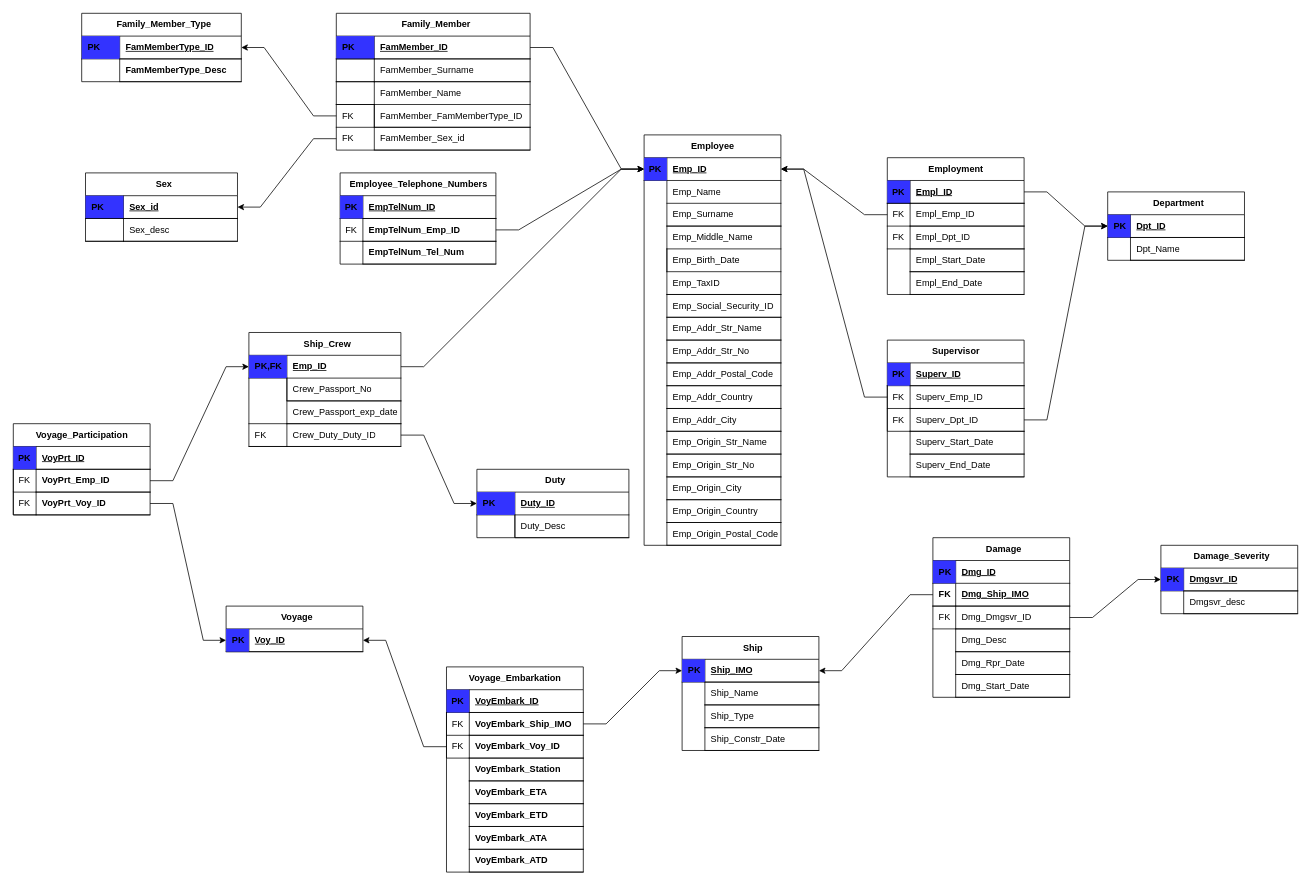
Above: C@rgoNautica_ΣΧΕΣΙΑΚΟ.drawio in Blackthorn00/ShippingCompany-DatabaseMySQL (draw.io), before the change. Source tidied: cells renumbered, new cells numbered last; positions are measured from the earlier drawing's top-left corner, leaving out a move shared by most shapes. Both pictures are drawn from the tidied source at 76%, with x=0, y=0 at pixel (13, 13).
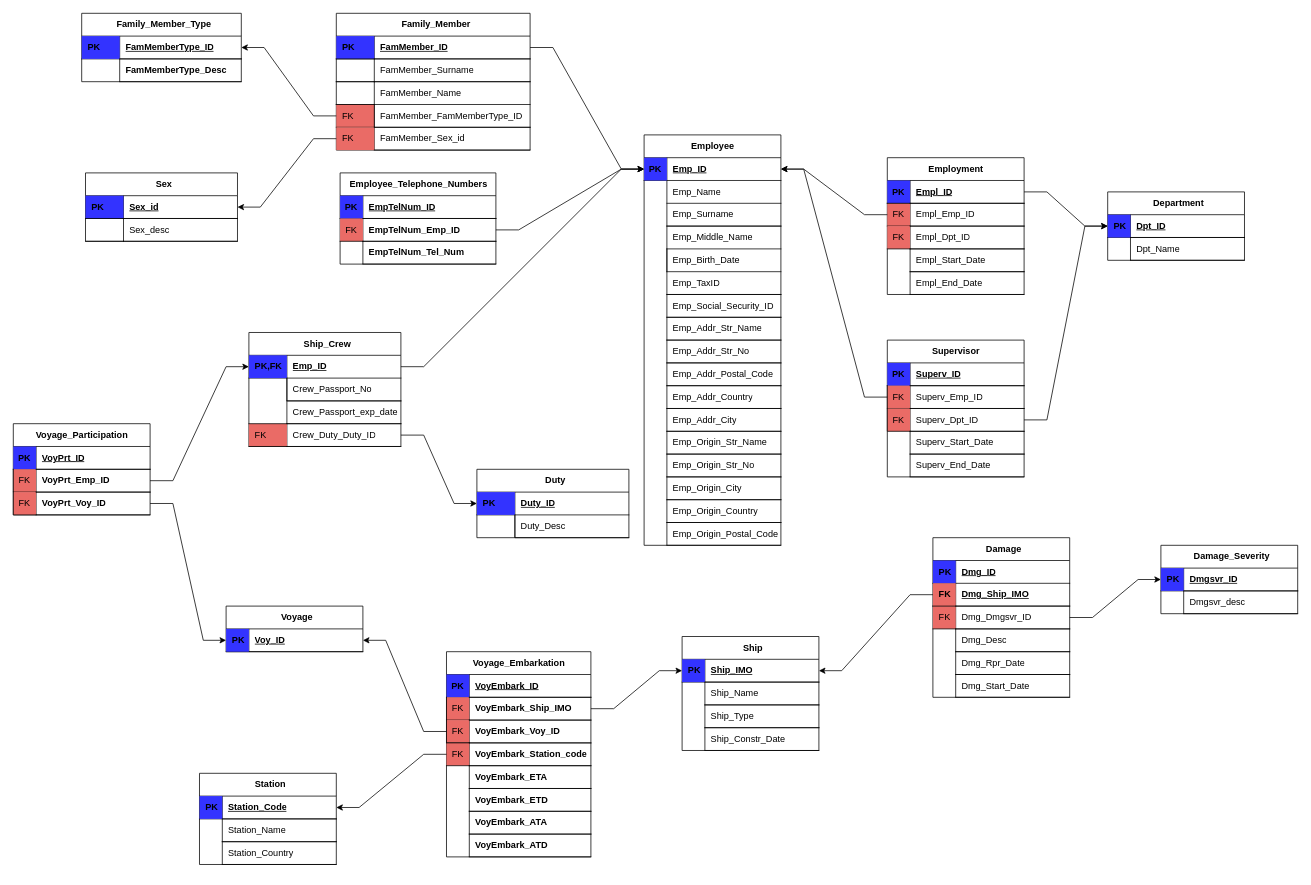
The same diagram, later.

Commit message (it also covers changes not shown here):
Update in relationship model tables

The change refers to these unchanged cells:
```xml
<mxCell id="71" style="shape=tableRow;horizontal=0;startSize=0;swimlaneHead=0;swimlaneBody=0;fillColor=none;points=[[0,0.5],[1,0.5]];portConstraint=eastwest;top=0;left=0;right=0;bottom=0;strokeColor=default;align=left;verticalAlign=middle;spacingLeft=6;fontFamily=Helvetica;fontSize=12;fontColor=default;" parent="61" vertex="1">
  <mxGeometry y="120" width="200" height="30" as="geometry" />
</mxCell>
<mxCell id="95" style="shape=tableRow;horizontal=0;startSize=0;swimlaneHead=0;swimlaneBody=0;fillColor=none;points=[[0,0.5],[1,0.5]];portConstraint=eastwest;top=0;left=0;right=0;bottom=1;strokeColor=default;align=left;verticalAlign=middle;spacingLeft=6;fontFamily=Helvetica;fontSize=12;fontColor=default;" parent="91" vertex="1">
  <mxGeometry y="60" width="180" height="30" as="geometry" />
</mxCell>
<mxCell id="98" style="shape=tableRow;horizontal=0;startSize=0;swimlaneHead=0;swimlaneBody=0;fillColor=none;points=[[0,0.5],[1,0.5]];portConstraint=eastwest;top=0;left=0;right=0;bottom=0;strokeColor=default;align=left;verticalAlign=middle;spacingLeft=6;fontFamily=Helvetica;fontSize=12;fontColor=default;" parent="91" vertex="1">
  <mxGeometry y="90" width="180" height="30" as="geometry" />
</mxCell>
<mxCell id="120" style="shape=tableRow;horizontal=0;startSize=0;swimlaneHead=0;swimlaneBody=0;fillColor=none;points=[[0,0.5],[1,0.5]];portConstraint=eastwest;top=0;left=0;right=0;bottom=0;strokeColor=default;align=left;verticalAlign=middle;spacingLeft=6;fontFamily=Helvetica;fontSize=12;fontColor=default;" parent="110" vertex="1">
  <mxGeometry y="120" width="255" height="30" as="geometry" />
</mxCell>
<mxCell id="123" style="shape=tableRow;horizontal=0;startSize=0;swimlaneHead=0;swimlaneBody=0;fillColor=none;points=[[0,0.5],[1,0.5]];portConstraint=eastwest;top=0;left=0;right=0;bottom=0;strokeColor=default;align=left;verticalAlign=middle;spacingLeft=6;fontFamily=Helvetica;fontSize=12;fontColor=default;" parent="110" vertex="1">
  <mxGeometry y="150" width="255" height="30" as="geometry" />
</mxCell>
<mxCell id="131" style="shape=tableRow;horizontal=0;startSize=0;swimlaneHead=0;swimlaneBody=0;fillColor=none;points=[[0,0.5],[1,0.5]];portConstraint=eastwest;top=0;left=0;right=0;bottom=0;" parent="127" vertex="1">
  <mxGeometry y="60" width="180" height="30" as="geometry" />
</mxCell>
<mxCell id="134" style="shape=tableRow;horizontal=0;startSize=0;swimlaneHead=0;swimlaneBody=0;fillColor=none;top=0;left=0;right=0;bottom=0;" parent="127" vertex="1">
  <mxGeometry y="90" width="180" height="30" as="geometry" />
</mxCell>
<mxCell id="149" style="shape=tableRow;horizontal=0;startSize=0;swimlaneHead=0;swimlaneBody=0;fillColor=none;points=[[0,0.5],[1,0.5]];portConstraint=eastwest;top=0;left=0;right=0;bottom=0;" parent="145" vertex="1">
  <mxGeometry y="60" width="180" height="30" as="geometry" />
</mxCell>
<mxCell id="152" style="shape=tableRow;horizontal=0;startSize=0;swimlaneHead=0;swimlaneBody=0;fillColor=none;points=[[0,0.5],[1,0.5]];portConstraint=eastwest;top=0;left=0;right=0;bottom=0;" parent="145" vertex="1">
  <mxGeometry y="90" width="180" height="30" as="geometry" />
</mxCell>
<mxCell id="202" style="shape=tableRow;horizontal=0;startSize=0;swimlaneHead=0;swimlaneBody=0;fillColor=none;points=[[0,0.5],[1,0.5]];portConstraint=eastwest;top=0;left=0;right=0;bottom=0;" parent="198" vertex="1">
  <mxGeometry y="60" width="180" height="30" as="geometry" />
</mxCell>
<mxCell id="205" style="shape=tableRow;horizontal=0;startSize=0;swimlaneHead=0;swimlaneBody=0;fillColor=none;points=[[0,0.5],[1,0.5]];portConstraint=eastwest;top=0;left=0;right=0;bottom=0;" parent="198" vertex="1">
  <mxGeometry y="90" width="180" height="30" as="geometry" />
</mxCell>
<mxCell id="215" style="shape=tableRow;horizontal=0;startSize=0;swimlaneHead=0;swimlaneBody=0;fillColor=none;points=[[0,0.5],[1,0.5]];portConstraint=eastwest;top=0;left=0;right=0;bottom=0;" parent="211" vertex="1">
  <mxGeometry y="60" width="205" height="30" as="geometry" />
</mxCell>
```

What changed in the source:
```diff
@@
-    <mxCell id="72" value="FK" style="shape=partialRectangle;fillColor=none;top=1;left=0;bottom=1;right=0;overflow=hidden;whiteSpace=wrap;html=1;strokeColor=default;align=left;verticalAlign=middle;spacingLeft=6;fontFamily=Helvetica;fontSize=12;fontColor=default;" parent="71" vertex="1">
+    <mxCell id="72" value="FK" style="shape=partialRectangle;fillColor=#EA6B66;top=1;left=0;bottom=1;right=0;overflow=hidden;whiteSpace=wrap;html=1;strokeColor=default;align=left;verticalAlign=middle;spacingLeft=6;fontFamily=Helvetica;fontSize=12;fontColor=default;" parent="71" vertex="1">
       <mxGeometry width="50" height="30" as="geometry" />
     </mxCell>
@@
-    <mxCell id="96" value="FK" style="shape=partialRectangle;fillColor=none;top=0;left=0;bottom=0;right=0;fontStyle=1;overflow=hidden;whiteSpace=wrap;html=1;strokeColor=default;align=left;verticalAlign=middle;spacingLeft=6;fontFamily=Helvetica;fontSize=12;fontColor=default;" parent="95" vertex="1">
+    <mxCell id="96" value="FK" style="shape=partialRectangle;fillColor=#EA6B66;top=0;left=0;bottom=0;right=0;fontStyle=1;overflow=hidden;whiteSpace=wrap;html=1;strokeColor=default;align=left;verticalAlign=middle;spacingLeft=6;fontFamily=Helvetica;fontSize=12;fontColor=default;" parent="95" vertex="1">
       <mxGeometry width="30" height="30" as="geometry" />
     </mxCell>
@@
-    <mxCell id="99" value="FK" style="shape=partialRectangle;fillColor=none;top=1;left=0;bottom=1;right=0;overflow=hidden;whiteSpace=wrap;html=1;strokeColor=default;align=left;verticalAlign=middle;spacingLeft=6;fontFamily=Helvetica;fontSize=12;fontColor=default;" parent="98" vertex="1">
+    <mxCell id="99" value="FK" style="shape=partialRectangle;fillColor=#EA6B66;top=1;left=0;bottom=1;right=0;overflow=hidden;whiteSpace=wrap;html=1;strokeColor=default;align=left;verticalAlign=middle;spacingLeft=6;fontFamily=Helvetica;fontSize=12;fontColor=default;" parent="98" vertex="1">
       <mxGeometry width="30" height="30" as="geometry" />
     </mxCell>
@@
-    <mxCell id="121" value="FK" style="shape=partialRectangle;fillColor=none;top=1;left=0;bottom=1;right=0;overflow=hidden;whiteSpace=wrap;html=1;strokeColor=default;align=left;verticalAlign=middle;spacingLeft=6;fontFamily=Helvetica;fontSize=12;fontColor=default;" parent="120" vertex="1">
+    <mxCell id="121" value="FK" style="shape=partialRectangle;fillColor=#EA6B66;top=1;left=0;bottom=1;right=0;overflow=hidden;whiteSpace=wrap;html=1;strokeColor=default;align=left;verticalAlign=middle;spacingLeft=6;fontFamily=Helvetica;fontSize=12;fontColor=default;" parent="120" vertex="1">
       <mxGeometry width="50" height="30" as="geometry" />
     </mxCell>
@@
-    <mxCell id="124" value="FK" style="shape=partialRectangle;fillColor=none;top=0;left=0;bottom=0;right=0;overflow=hidden;whiteSpace=wrap;html=1;strokeColor=default;align=left;verticalAlign=middle;spacingLeft=6;fontFamily=Helvetica;fontSize=12;fontColor=default;" parent="123" vertex="1">
+    <mxCell id="124" value="FK" style="shape=partialRectangle;fillColor=#EA6B66;top=0;left=0;bottom=0;right=0;overflow=hidden;whiteSpace=wrap;html=1;strokeColor=default;align=left;verticalAlign=middle;spacingLeft=6;fontFamily=Helvetica;fontSize=12;fontColor=default;" parent="123" vertex="1">
       <mxGeometry width="50" height="30" as="geometry" />
     </mxCell>
@@
-    <mxCell id="132" value="FK" style="shape=partialRectangle;fillColor=none;top=1;left=0;bottom=1;right=0;overflow=hidden;whiteSpace=wrap;html=1;" parent="131" vertex="1">
+    <mxCell id="132" value="FK" style="shape=partialRectangle;fillColor=#EA6B66;top=1;left=0;bottom=1;right=0;overflow=hidden;whiteSpace=wrap;html=1;" parent="131" vertex="1">
       <mxGeometry width="30" height="30" as="geometry" />
     </mxCell>
@@
-    <mxCell id="135" value="FK" style="shape=partialRectangle;fillColor=none;top=0;left=0;bottom=1;right=0;overflow=hidden;whiteSpace=wrap;html=1;" parent="134" vertex="1">
+    <mxCell id="135" value="FK" style="shape=partialRectangle;fillColor=#EA6B66;top=0;left=0;bottom=1;right=0;overflow=hidden;whiteSpace=wrap;html=1;" parent="134" vertex="1">
       <mxGeometry width="30" height="30" as="geometry" />
     </mxCell>
@@
-    <mxCell id="150" value="FK" style="shape=partialRectangle;fillColor=none;top=0;left=1;bottom=1;right=0;overflow=hidden;whiteSpace=wrap;html=1;" parent="149" vertex="1">
+    <mxCell id="150" value="FK" style="shape=partialRectangle;fillColor=#EA6B66;top=0;left=1;bottom=1;right=0;overflow=hidden;whiteSpace=wrap;html=1;" parent="149" vertex="1">
       <mxGeometry width="30" height="30" as="geometry" />
     </mxCell>
@@
-    <mxCell id="153" value="FK" style="shape=partialRectangle;fillColor=none;top=0;left=1;bottom=1;right=0;overflow=hidden;whiteSpace=wrap;html=1;" parent="152" vertex="1">
+    <mxCell id="153" value="FK" style="shape=partialRectangle;fillColor=#EA6B66;top=0;left=1;bottom=1;right=0;overflow=hidden;whiteSpace=wrap;html=1;" parent="152" vertex="1">
       <mxGeometry width="30" height="30" as="geometry" />
     </mxCell>
@@
     <mxCell id="163" value="Voyage_Embarkation" style="shape=table;startSize=30;childLayout=tableLayout;rowLines=0;fontStyle=1;align=center;html=1;" parent="1" vertex="1">
-      <mxGeometry x="570" y="860" width="180" height="270" as="geometry" />
+      <mxGeometry x="570" y="840" width="190" height="270" as="geometry" />
     </mxCell>
     <mxCell id="164" style="shape=tableRow;horizontal=0;startSize=0;swimlaneHead=0;swimlaneBody=0;fillColor=none;top=0;left=0;right=0;bottom=1;" parent="163" vertex="1">
-      <mxGeometry y="30" width="180" height="30" as="geometry" />
+      <mxGeometry y="30" width="190" height="30" as="geometry" />
     </mxCell>
@@
     <mxCell id="166" value="VoyEmbark_ID" style="shape=partialRectangle;fillColor=none;top=0;left=0;bottom=0;right=0;align=left;spacingLeft=6;fontStyle=5;overflow=hidden;whiteSpace=wrap;html=1;" parent="164" vertex="1">
-      <mxGeometry x="30" width="150" height="30" as="geometry" />
+      <mxGeometry x="30" width="160" height="30" as="geometry" />
     </mxCell>
     <mxCell id="167" style="shape=tableRow;horizontal=0;startSize=0;swimlaneHead=0;swimlaneBody=0;fillColor=none;points=[[0,0.5],[1,0.5]];portConstraint=eastwest;top=0;left=0;right=0;bottom=0;" parent="163" vertex="1">
-      <mxGeometry y="60" width="180" height="30" as="geometry" />
+      <mxGeometry y="60" width="190" height="30" as="geometry" />
     </mxCell>
-    <mxCell id="168" value="FK" style="shape=partialRectangle;fillColor=none;top=0;left=1;bottom=1;right=0;overflow=hidden;whiteSpace=wrap;html=1;" parent="167" vertex="1">
+    <mxCell id="168" value="FK" style="shape=partialRectangle;fillColor=#EA6B66;top=0;left=1;bottom=1;right=0;overflow=hidden;whiteSpace=wrap;html=1;" parent="167" vertex="1">
       <mxGeometry width="30" height="30" as="geometry" />
     </mxCell>
     <mxCell id="169" value="&lt;span style=&quot;font-weight: 700;&quot;&gt;VoyEmbark_Ship_IMO&lt;/span&gt;" style="shape=partialRectangle;fillColor=none;top=1;left=0;bottom=1;right=0;align=left;spacingLeft=6;overflow=hidden;whiteSpace=wrap;html=1;" parent="167" vertex="1">
-      <mxGeometry x="30" width="150" height="30" as="geometry" />
+      <mxGeometry x="30" width="160" height="30" as="geometry" />
     </mxCell>
     <mxCell id="170" style="shape=tableRow;horizontal=0;startSize=0;swimlaneHead=0;swimlaneBody=0;fillColor=none;points=[[0,0.5],[1,0.5]];portConstraint=eastwest;top=0;left=0;right=0;bottom=0;" parent="163" vertex="1">
-      <mxGeometry y="90" width="180" height="30" as="geometry" />
+      <mxGeometry y="90" width="190" height="30" as="geometry" />
     </mxCell>
-    <mxCell id="171" value="FK" style="shape=partialRectangle;fillColor=none;top=0;left=1;bottom=1;right=0;overflow=hidden;whiteSpace=wrap;html=1;" parent="170" vertex="1">
+    <mxCell id="171" value="FK" style="shape=partialRectangle;fillColor=#EA6B66;top=0;left=1;bottom=1;right=0;overflow=hidden;whiteSpace=wrap;html=1;" parent="170" vertex="1">
       <mxGeometry width="30" height="30" as="geometry" />
     </mxCell>
     <mxCell id="172" value="&lt;span style=&quot;font-weight: 700;&quot;&gt;VoyEmbark_Voy_ID&lt;/span&gt;" style="shape=partialRectangle;fillColor=none;top=1;left=0;bottom=1;right=0;align=left;spacingLeft=6;overflow=hidden;whiteSpace=wrap;html=1;" parent="170" vertex="1">
-      <mxGeometry x="30" width="150" height="30" as="geometry" />
+      <mxGeometry x="30" width="160" height="30" as="geometry" />
     </mxCell>
     <mxCell id="173" style="shape=tableRow;horizontal=0;startSize=0;swimlaneHead=0;swimlaneBody=0;fillColor=none;points=[[0,0.5],[1,0.5]];portConstraint=eastwest;top=0;left=0;right=0;bottom=0;" parent="163" vertex="1">
-      <mxGeometry y="120" width="180" height="30" as="geometry" />
+      <mxGeometry y="120" width="190" height="30" as="geometry" />
     </mxCell>
-    <mxCell id="174" style="shape=partialRectangle;fillColor=none;top=0;left=0;bottom=0;right=0;overflow=hidden;whiteSpace=wrap;html=1;" parent="173" vertex="1">
+    <mxCell id="174" value="FK" style="shape=partialRectangle;fillColor=#EA6B66;top=1;left=0;bottom=1;right=0;overflow=hidden;whiteSpace=wrap;html=1;" parent="173" vertex="1">
       <mxGeometry width="30" height="30" as="geometry" />
     </mxCell>
-    <mxCell id="175" value="&lt;span style=&quot;font-weight: 700;&quot;&gt;VoyEmbark_Station&lt;/span&gt;" style="shape=partialRectangle;fillColor=none;top=1;left=0;bottom=1;right=0;align=left;spacingLeft=6;overflow=hidden;whiteSpace=wrap;html=1;" parent="173" vertex="1">
-      <mxGeometry x="30" width="150" height="30" as="geometry" />
+    <mxCell id="175" value="&lt;span style=&quot;font-weight: 700;&quot;&gt;VoyEmbark_Station_code&lt;/span&gt;" style="shape=partialRectangle;fillColor=none;top=1;left=0;bottom=1;right=0;align=left;spacingLeft=6;overflow=hidden;whiteSpace=wrap;html=1;" parent="173" vertex="1">
+      <mxGeometry x="30" width="160" height="30" as="geometry" />
     </mxCell>
     <mxCell id="176" style="shape=tableRow;horizontal=0;startSize=0;swimlaneHead=0;swimlaneBody=0;fillColor=none;top=0;left=0;right=0;bottom=0;" parent="163" vertex="1">
-      <mxGeometry y="150" width="180" height="30" as="geometry" />
+      <mxGeometry y="150" width="190" height="30" as="geometry" />
     </mxCell>
@@
     <mxCell id="178" value="&lt;span style=&quot;font-weight: 700;&quot;&gt;VoyEmbark_ETA&lt;/span&gt;" style="shape=partialRectangle;fillColor=none;top=1;left=0;bottom=1;right=0;align=left;spacingLeft=6;overflow=hidden;whiteSpace=wrap;html=1;" parent="176" vertex="1">
-      <mxGeometry x="30" width="150" height="30" as="geometry" />
+      <mxGeometry x="30" width="160" height="30" as="geometry" />
     </mxCell>
     <mxCell id="179" style="shape=tableRow;horizontal=0;startSize=0;swimlaneHead=0;swimlaneBody=0;fillColor=none;top=0;left=0;right=0;bottom=0;" parent="163" vertex="1">
-      <mxGeometry y="180" width="180" height="30" as="geometry" />
+      <mxGeometry y="180" width="190" height="30" as="geometry" />
     </mxCell>
@@
     <mxCell id="181" value="&lt;span style=&quot;font-weight: 700;&quot;&gt;VoyEmbark_ETD&lt;/span&gt;" style="shape=partialRectangle;fillColor=none;top=1;left=0;bottom=1;right=0;align=left;spacingLeft=6;overflow=hidden;whiteSpace=wrap;html=1;" parent="179" vertex="1">
-      <mxGeometry x="30" width="150" height="30" as="geometry" />
+      <mxGeometry x="30" width="160" height="30" as="geometry" />
     </mxCell>
     <mxCell id="182" style="shape=tableRow;horizontal=0;startSize=0;swimlaneHead=0;swimlaneBody=0;fillColor=none;top=0;left=0;right=0;bottom=0;" parent="163" vertex="1">
-      <mxGeometry y="210" width="180" height="30" as="geometry" />
+      <mxGeometry y="210" width="190" height="30" as="geometry" />
     </mxCell>
@@
     <mxCell id="184" value="&lt;span style=&quot;font-weight: 700;&quot;&gt;VoyEmbark_ATA&lt;/span&gt;" style="shape=partialRectangle;fillColor=none;top=1;left=0;bottom=1;right=0;align=left;spacingLeft=6;overflow=hidden;whiteSpace=wrap;html=1;" parent="182" vertex="1">
-      <mxGeometry x="30" width="150" height="30" as="geometry" />
+      <mxGeometry x="30" width="160" height="30" as="geometry" />
     </mxCell>
     <mxCell id="185" style="shape=tableRow;horizontal=0;startSize=0;swimlaneHead=0;swimlaneBody=0;fillColor=none;top=0;left=0;right=0;bottom=0;" parent="163" vertex="1">
-      <mxGeometry y="240" width="180" height="30" as="geometry" />
+      <mxGeometry y="240" width="190" height="30" as="geometry" />
     </mxCell>
@@
     <mxCell id="187" value="&lt;span style=&quot;font-weight: 700;&quot;&gt;VoyEmbark_ATD&lt;/span&gt;" style="shape=partialRectangle;fillColor=none;top=1;left=0;bottom=1;right=0;align=left;spacingLeft=6;overflow=hidden;whiteSpace=wrap;html=1;" parent="185" vertex="1">
-      <mxGeometry x="30" width="150" height="30" as="geometry" />
+      <mxGeometry x="30" width="160" height="30" as="geometry" />
     </mxCell>
@@
-    <mxCell id="203" value="FK" style="shape=partialRectangle;fillColor=none;top=0;left=1;bottom=1;right=0;overflow=hidden;whiteSpace=wrap;html=1;" parent="202" vertex="1">
+    <mxCell id="203" value="FK" style="shape=partialRectangle;fillColor=#EA6B66;top=0;left=1;bottom=1;right=0;overflow=hidden;whiteSpace=wrap;html=1;" parent="202" vertex="1">
       <mxGeometry width="30" height="30" as="geometry" />
     </mxCell>
@@
-    <mxCell id="206" value="FK" style="shape=partialRectangle;fillColor=none;top=0;left=1;bottom=1;right=0;overflow=hidden;whiteSpace=wrap;html=1;" parent="205" vertex="1">
+    <mxCell id="206" value="FK" style="shape=partialRectangle;fillColor=#EA6B66;top=0;left=1;bottom=1;right=0;overflow=hidden;whiteSpace=wrap;html=1;" parent="205" vertex="1">
       <mxGeometry width="30" height="30" as="geometry" />
     </mxCell>
@@
-    <mxCell id="216" value="FK" style="shape=partialRectangle;fillColor=none;top=0;left=0;bottom=1;right=0;overflow=hidden;whiteSpace=wrap;html=1;" parent="215" vertex="1">
+    <mxCell id="216" value="FK" style="shape=partialRectangle;fillColor=#EA6B66;top=0;left=0;bottom=1;right=0;overflow=hidden;whiteSpace=wrap;html=1;" parent="215" vertex="1">
       <mxGeometry width="30" height="30" as="geometry" />
     </mxCell>
@@
+    <mxCell id="247" value="Station" style="shape=table;startSize=30;childLayout=tableLayout;rowLines=0;fontStyle=1;align=center;html=1;strokeColor=default;verticalAlign=middle;spacingLeft=6;fontFamily=Helvetica;fontSize=12;fontColor=default;fillColor=none;" parent="1" vertex="1">
+      <mxGeometry x="245" y="1000" width="180" height="120" as="geometry" />
+    </mxCell>
+    <mxCell id="248" style="shape=tableRow;horizontal=0;startSize=0;swimlaneHead=0;swimlaneBody=0;fillColor=none;points=[[0,0.5],[1,0.5]];portConstraint=eastwest;top=0;left=0;right=0;bottom=1;strokeColor=default;align=left;verticalAlign=middle;spacingLeft=6;fontFamily=Helvetica;fontSize=12;fontColor=default;" parent="247" vertex="1">
+      <mxGeometry y="30" width="180" height="30" as="geometry" />
+    </mxCell>
+    <mxCell id="249" value="PK" style="shape=partialRectangle;fillColor=#3333FF;top=0;left=0;bottom=0;right=0;fontStyle=1;overflow=hidden;whiteSpace=wrap;html=1;strokeColor=default;align=left;verticalAlign=middle;spacingLeft=6;fontFamily=Helvetica;fontSize=12;fontColor=default;" parent="248" vertex="1">
+      <mxGeometry width="30" height="30" as="geometry" />
+    </mxCell>
+    <mxCell id="250" value="Station_Code" style="shape=partialRectangle;fillColor=none;top=0;left=0;bottom=0;right=0;align=left;spacingLeft=6;fontStyle=5;overflow=hidden;whiteSpace=wrap;html=1;strokeColor=default;verticalAlign=middle;fontFamily=Helvetica;fontSize=12;fontColor=default;" parent="248" vertex="1">
+      <mxGeometry x="30" width="150" height="30" as="geometry" />
+    </mxCell>
+    <mxCell id="251" style="shape=tableRow;horizontal=0;startSize=0;swimlaneHead=0;swimlaneBody=0;fillColor=none;top=0;left=0;right=0;bottom=0;strokeColor=default;align=left;verticalAlign=middle;spacingLeft=6;fontFamily=Helvetica;fontSize=12;fontColor=default;" parent="247" vertex="1">
+      <mxGeometry y="60" width="180" height="30" as="geometry" />
+    </mxCell>
+    <mxCell id="252" style="shape=partialRectangle;fillColor=none;top=0;left=0;bottom=0;right=0;overflow=hidden;whiteSpace=wrap;html=1;strokeColor=default;align=left;verticalAlign=middle;spacingLeft=6;fontFamily=Helvetica;fontSize=12;fontColor=default;" parent="251" vertex="1">
+      <mxGeometry width="30" height="30" as="geometry" />
+    </mxCell>
+    <mxCell id="253" value="Station_Name" style="shape=partialRectangle;fillColor=none;top=1;left=0;bottom=1;right=0;align=left;spacingLeft=6;overflow=hidden;whiteSpace=wrap;html=1;strokeColor=default;verticalAlign=middle;fontFamily=Helvetica;fontSize=12;fontColor=default;" parent="251" vertex="1">
+      <mxGeometry x="30" width="150" height="30" as="geometry" />
+    </mxCell>
+    <mxCell id="254" style="shape=tableRow;horizontal=0;startSize=0;swimlaneHead=0;swimlaneBody=0;fillColor=none;top=0;left=0;right=0;bottom=0;strokeColor=default;align=left;verticalAlign=middle;spacingLeft=6;fontFamily=Helvetica;fontSize=12;fontColor=default;" parent="247" vertex="1">
+      <mxGeometry y="90" width="180" height="30" as="geometry" />
+    </mxCell>
+    <mxCell id="255" style="shape=partialRectangle;fillColor=none;top=0;left=0;bottom=0;right=0;overflow=hidden;whiteSpace=wrap;html=1;strokeColor=default;align=left;verticalAlign=middle;spacingLeft=6;fontFamily=Helvetica;fontSize=12;fontColor=default;" parent="254" vertex="1">
+      <mxGeometry width="30" height="30" as="geometry" />
+    </mxCell>
+    <mxCell id="256" value="Station_Country" style="shape=partialRectangle;fillColor=none;top=1;left=0;bottom=1;right=0;align=left;spacingLeft=6;overflow=hidden;whiteSpace=wrap;html=1;strokeColor=default;verticalAlign=middle;fontFamily=Helvetica;fontSize=12;fontColor=default;" parent="254" vertex="1">
+      <mxGeometry x="30" width="150" height="30" as="geometry" />
+    </mxCell>
+    <mxCell id="257" style="edgeStyle=entityRelationEdgeStyle;rounded=0;jettySize=auto;html=1;exitX=0;exitY=0.5;exitDx=0;exitDy=0;entryX=1;entryY=0.5;entryDx=0;entryDy=0;" parent="1" edge="1" source="173" target="248">
+      <mxGeometry relative="1" as="geometry" />
+    </mxCell>
```
